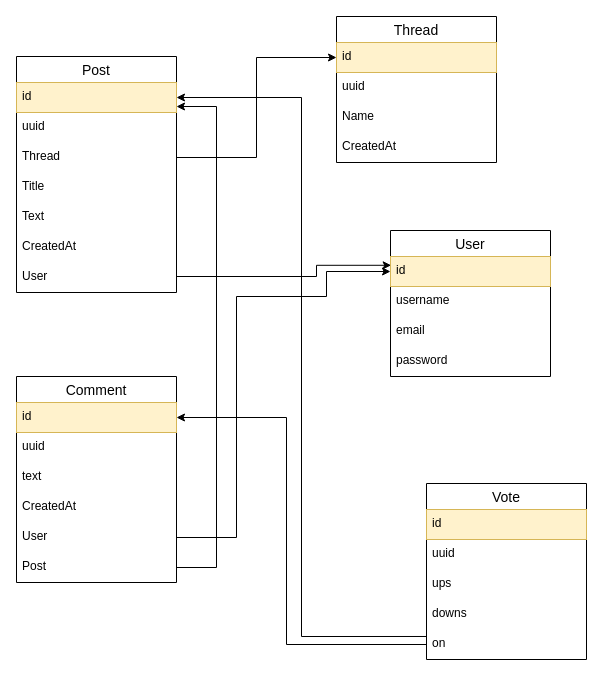
Above: schema.drawio in 3zbumban/php-reddit-clone (draw.io), before the change. Source tidied: cells renumbered, new cells numbered last; positions are measured from the earlier drawing's top-left corner, leaving out a move shared by most shapes. Both pictures are drawn from the tidied source at 100%, with x=0, y=0 at pixel (16, 16).
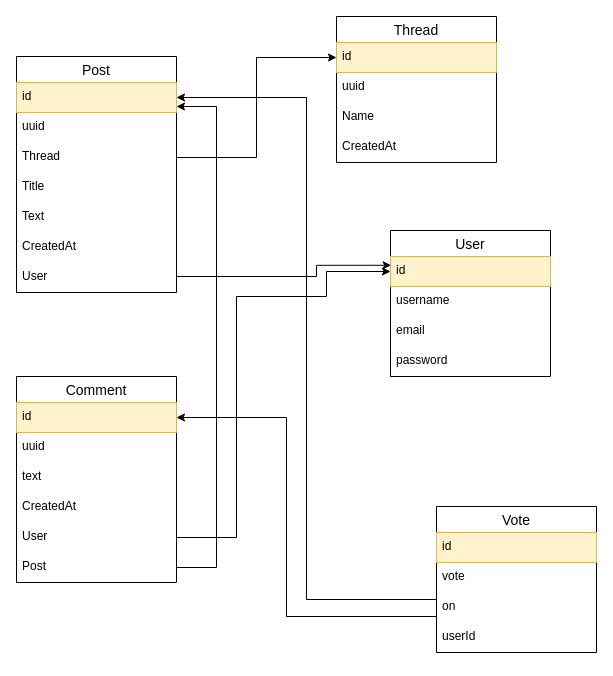
Above is the later version.

Unchanged cells that the change refers to:
```xml
<mxCell id="21" value="id" style="text;strokeColor=#d6b656;fillColor=#fff2cc;spacingLeft=4;spacingRight=4;overflow=hidden;points=[[0,0.5],[1,0.5]];portConstraint=eastwest;fontSize=12;" parent="20" vertex="1">
  <mxGeometry y="26" width="160" height="30" as="geometry" />
</mxCell>
```

Change to the diagram source:
```diff
@@
     <mxCell id="31" value="Vote" style="swimlane;fontStyle=0;horizontal=1;startSize=26;align=center;fontSize=14;fillColor=none;" parent="1" vertex="1">
-      <mxGeometry x="410" y="467" width="160" height="176" as="geometry" />
+      <mxGeometry x="420" y="490" width="160" height="146" as="geometry" />
     </mxCell>
@@
-    <mxCell id="33" value="uuid" style="text;strokeColor=none;fillColor=none;spacingLeft=4;spacingRight=4;overflow=hidden;fontSize=12;" parent="31" vertex="1">
-      <mxGeometry y="56" width="160" height="30" as="geometry" />
-    </mxCell>
-    <mxCell id="34" value="ups" style="text;strokeColor=none;fillColor=none;spacingLeft=4;spacingRight=4;overflow=hidden;fontSize=12;" parent="31" vertex="1">
-      <mxGeometry y="86" width="160" height="30" as="geometry" />
+    <mxCell id="34" value="vote" style="text;strokeColor=none;fillColor=none;spacingLeft=4;spacingRight=4;overflow=hidden;fontSize=12;" parent="31" vertex="1">
+      <mxGeometry y="56" width="160" height="30" as="geometry" />
     </mxCell>
-    <mxCell id="35" value="downs" style="text;strokeColor=none;fillColor=none;spacingLeft=4;spacingRight=4;overflow=hidden;fontSize=12;" parent="31" vertex="1">
-      <mxGeometry y="116" width="160" height="30" as="geometry" />
-    </mxCell>
     <mxCell id="36" value="on&#10;" style="text;strokeColor=none;fillColor=none;spacingLeft=4;spacingRight=4;overflow=hidden;points=[[0,0.5],[1,0.5]];portConstraint=eastwest;fontSize=12;" parent="31" vertex="1">
-      <mxGeometry y="146" width="160" height="30" as="geometry" />
+      <mxGeometry y="86" width="160" height="30" as="geometry" />
     </mxCell>
+    <mxCell id="39" value="userId" style="text;strokeColor=none;fillColor=none;spacingLeft=4;spacingRight=4;overflow=hidden;fontSize=12;" parent="31" vertex="1">
+      <mxGeometry y="116" width="160" height="30" as="geometry" />
+    </mxCell>
     <mxCell id="37" style="edgeStyle=orthogonalEdgeStyle;rounded=0;jettySize=auto;html=1;exitX=1;exitY=0.5;exitDx=0;exitDy=0;entryX=0;entryY=0.5;entryDx=0;entryDy=0;endArrow=none;endFill=0;startArrow=classic;startFill=1;" parent="1" edge="1" source="21" target="36">
       <mxGeometry relative="1" as="geometry">
         <Array as="points">
           <mxPoint x="270" y="401" />
-          <mxPoint x="270" y="628" />
+          <mxPoint x="270" y="600" />
+          <mxPoint x="420" y="600" />
         </Array>
       </mxGeometry>
     </mxCell>
```
